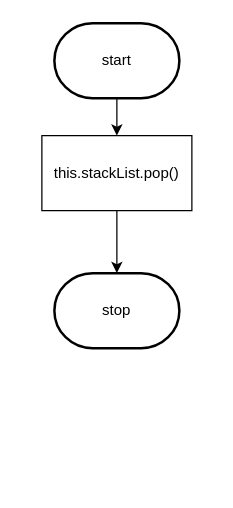
The draw.io diagram Design/flow-chart.drawio in mohammedal-ess/ICS4U-Unit2-02-Typescript, before the edit. Source tidied: cells renumbered, new cells numbered last; positions are measured from the earlier drawing's top-left corner, leaving out a move shared by most shapes. Both pictures are drawn from the tidied source at 125%, with x=0, y=0 at pixel (41, 22).
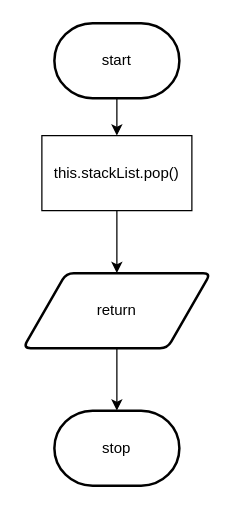
The same page after the edit.

Change to the diagram source:
```diff
@@
 <mxGraphModel>
   <root>
     <mxCell id="0" />
     <mxCell id="1" parent="0" />
     <mxCell id="2" style="edgeStyle=none;html=1;" parent="1" edge="1" target="4">
       <mxGeometry relative="1" as="geometry">
         <mxPoint x="60" y="50" as="sourcePoint" />
       </mxGeometry>
     </mxCell>
     <mxCell id="3" style="edgeStyle=none;html=1;" parent="1" edge="1" source="4">
       <mxGeometry relative="1" as="geometry">
         <mxPoint x="60" y="200" as="targetPoint" />
       </mxGeometry>
     </mxCell>
     <mxCell id="4" value="this.stackList.pop()" style="rounded=0;whiteSpace=wrap;html=1;" parent="1" vertex="1">
       <mxGeometry y="90" width="120" height="60" as="geometry" />
     </mxCell>
     <mxCell id="5" value="start" style="strokeWidth=2;html=1;shape=mxgraph.flowchart.terminator;whiteSpace=wrap;" parent="1" vertex="1">
       <mxGeometry x="10" width="100" height="60" as="geometry" />
     </mxCell>
     <mxCell id="6" value="stop" style="strokeWidth=2;html=1;shape=mxgraph.flowchart.terminator;whiteSpace=wrap;" parent="1" vertex="1">
-      <mxGeometry x="10" y="200" width="100" height="60" as="geometry" />
+      <mxGeometry x="10" y="310" width="100" height="60" as="geometry" />
     </mxCell>
+    <mxCell id="7" style="edgeStyle=none;html=1;" parent="1" edge="1" source="8" target="6">
+      <mxGeometry relative="1" as="geometry" />
+    </mxCell>
+    <mxCell id="8" value="return" style="shape=parallelogram;html=1;strokeWidth=2;perimeter=parallelogramPerimeter;whiteSpace=wrap;rounded=1;arcSize=12;size=0.23;" parent="1" vertex="1">
+      <mxGeometry x="-15" y="200" width="150" height="60" as="geometry" />
+    </mxCell>
   </root>
 </mxGraphModel>
```
